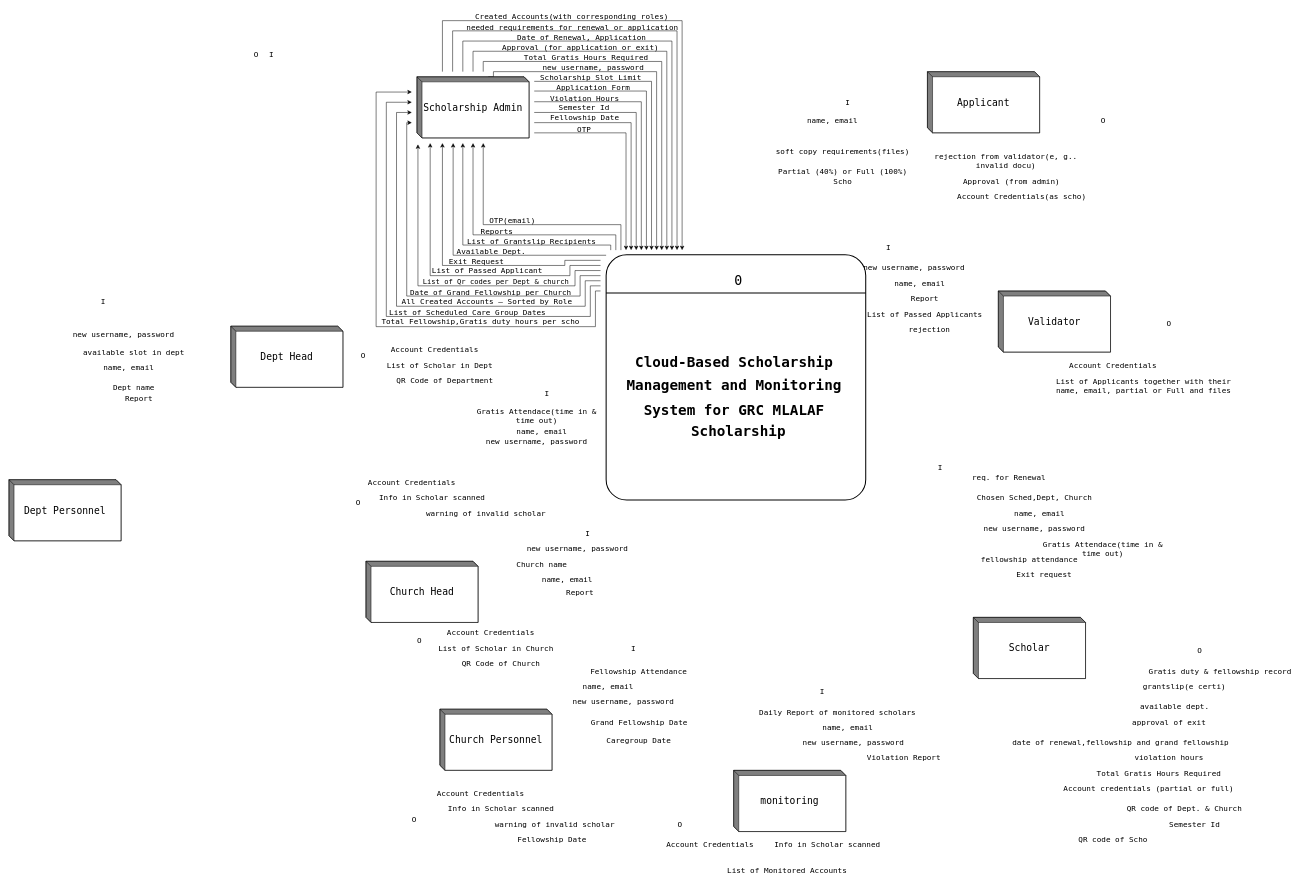
Before: CD P.drawio in Bagay-0037/visuals, a draw.io diagram. Source tidied: cells renumbered, new cells numbered last; positions are measured from the earlier drawing's top-left corner, leaving out a move shared by most shapes. Both pictures are drawn from the tidied source at 51%, with x=0, y=0 at pixel (9, 9).
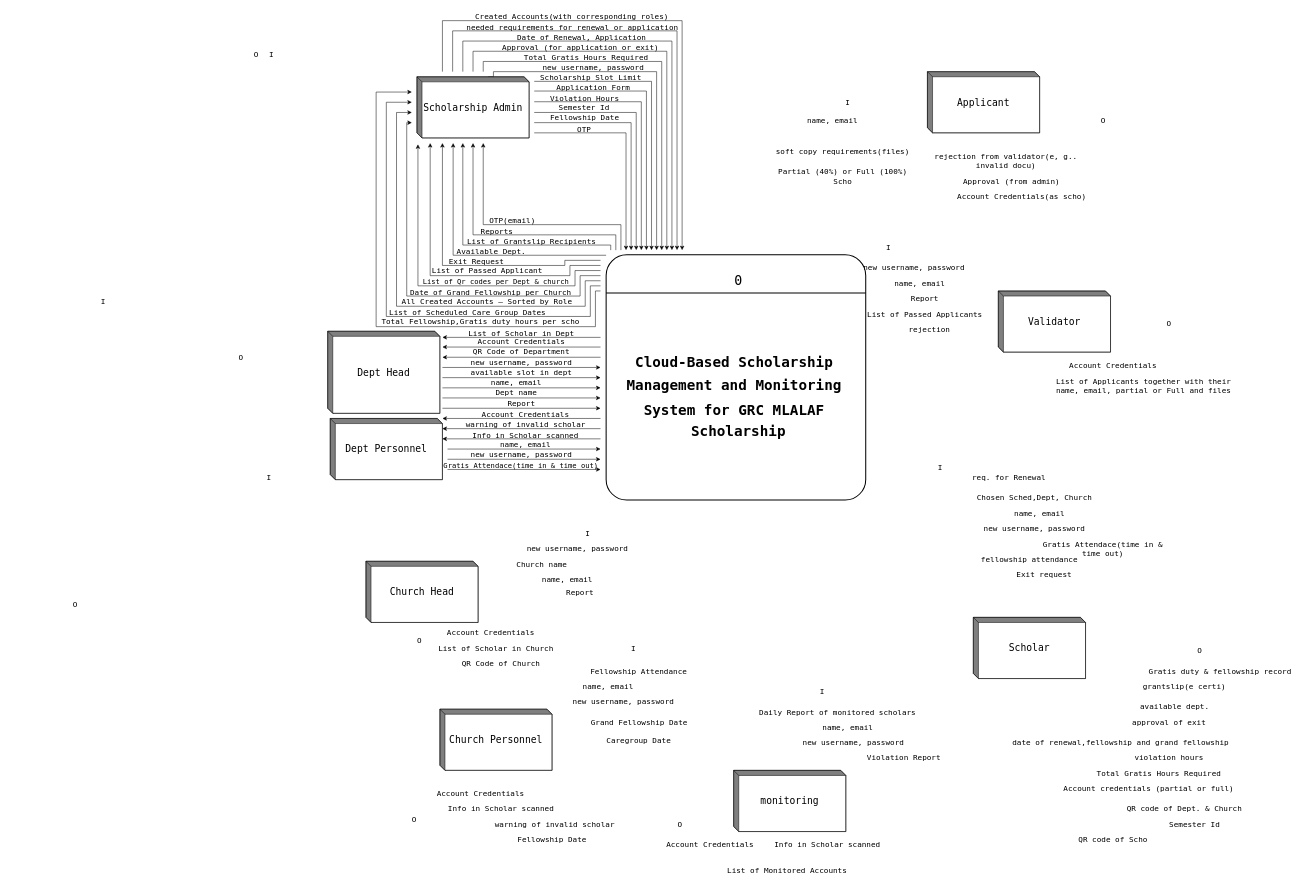
The same page after the edit.

Change to the diagram source:
```diff
@@
+    <mxCell id="147" style="edgeStyle=orthogonalEdgeStyle;rounded=0;orthogonalLoop=1;jettySize=auto;html=1;" parent="1" edge="1">
+      <mxGeometry relative="1" as="geometry">
+        <mxPoint x="1160" y="644" as="sourcePoint" />
+        <mxPoint x="850" y="644" as="targetPoint" />
+        <Array as="points">
+          <mxPoint x="1030" y="644" />
+          <mxPoint x="1030" y="644" />
+        </Array>
+      </mxGeometry>
+    </mxCell>
+    <mxCell id="148" style="edgeStyle=orthogonalEdgeStyle;rounded=0;orthogonalLoop=1;jettySize=auto;html=1;" parent="1" edge="1">
+      <mxGeometry relative="1" as="geometry">
+        <mxPoint x="1160" y="803" as="sourcePoint" />
+        <mxPoint x="850" y="803" as="targetPoint" />
+      </mxGeometry>
+    </mxCell>
@@
     <mxCell id="28" value="&lt;font style=&quot;font-size: 19px;&quot;&gt;Dept Personnel&lt;/font&gt;" style="html=1;dashed=0;whiteSpace=wrap;shape=mxgraph.dfd.externalEntity;fontFamily=Lucida Console;fontSize=15;" parent="1" vertex="1">
-      <mxGeometry y="923" width="220" height="120" as="geometry" />
+      <mxGeometry x="630" y="803" width="220" height="120" as="geometry" />
     </mxCell>
@@
     <mxCell id="30" value="&lt;font style=&quot;font-size: 19px;&quot;&gt;Dept Head&lt;/font&gt;" style="html=1;dashed=0;whiteSpace=wrap;shape=mxgraph.dfd.externalEntity;fontFamily=Lucida Console;fontSize=15;" parent="1" vertex="1">
-      <mxGeometry x="435" y="622" width="220" height="120" as="geometry" />
+      <mxGeometry x="625" y="632" width="220" height="161" as="geometry" />
     </mxCell>
@@
     <mxCell id="33" value="available slot in dept" style="text;html=1;align=center;verticalAlign=middle;whiteSpace=wrap;rounded=0;fontFamily=Lucida Console;fontSize=15;" parent="1" vertex="1">
-      <mxGeometry x="100" y="658" width="290" height="30" as="geometry" />
+      <mxGeometry x="860" y="697.5" width="290" height="30" as="geometry" />
     </mxCell>
     <mxCell id="34" value="Account Credentials" style="text;html=1;align=center;verticalAlign=middle;whiteSpace=wrap;rounded=0;fontFamily=Lucida Console;fontSize=15;" parent="1" vertex="1">
-      <mxGeometry x="690" y="653" width="290" height="30" as="geometry" />
+      <mxGeometry x="860" y="637" width="290" height="30" as="geometry" />
     </mxCell>
     <mxCell id="35" value="name, email" style="text;html=1;align=center;verticalAlign=middle;whiteSpace=wrap;rounded=0;fontFamily=Lucida Console;fontSize=15;" parent="1" vertex="1">
-      <mxGeometry x="90" y="688" width="290" height="30" as="geometry" />
+      <mxGeometry x="850" y="717" width="290" height="30" as="geometry" />
     </mxCell>
     <mxCell id="36" value="new username, password" style="text;html=1;align=center;verticalAlign=middle;whiteSpace=wrap;rounded=0;fontFamily=Lucida Console;fontSize=15;" parent="1" vertex="1">
-      <mxGeometry x="80" y="622" width="290" height="30" as="geometry" />
+      <mxGeometry x="860" y="678" width="290" height="30" as="geometry" />
     </mxCell>
     <mxCell id="37" value="Dept name" style="text;html=1;align=center;verticalAlign=middle;whiteSpace=wrap;rounded=0;fontFamily=Lucida Console;fontSize=15;" parent="1" vertex="1">
-      <mxGeometry x="100" y="727" width="290" height="30" as="geometry" />
+      <mxGeometry x="850" y="736" width="290" height="30" as="geometry" />
     </mxCell>
     <mxCell id="38" value="List of Scholar in Dept" style="text;html=1;align=center;verticalAlign=middle;whiteSpace=wrap;rounded=0;fontFamily=Lucida Console;fontSize=15;" parent="1" vertex="1">
-      <mxGeometry x="700" y="683" width="290" height="30" as="geometry" />
+      <mxGeometry x="860" y="620" width="290" height="30" as="geometry" />
     </mxCell>
@@
     <mxCell id="41" value="QR Code of Department" style="text;html=1;align=center;verticalAlign=middle;whiteSpace=wrap;rounded=0;fontFamily=Lucida Console;fontSize=15;" parent="1" vertex="1">
-      <mxGeometry x="710" y="713" width="290" height="30" as="geometry" />
+      <mxGeometry x="860" y="656" width="290" height="30" as="geometry" />
     </mxCell>
-    <mxCell id="42" value="Gratis Attendace(time in &amp;amp; time out)" style="text;html=1;align=center;verticalAlign=middle;whiteSpace=wrap;rounded=0;fontFamily=Lucida Console;fontSize=15;" parent="1" vertex="1">
-      <mxGeometry x="910" y="783" width="250" height="30" as="geometry" />
+    <mxCell id="42" value="Gratis Attendace(time in &amp;amp; time out)" style="text;html=1;align=center;verticalAlign=middle;whiteSpace=wrap;rounded=0;fontFamily=Lucida Console;fontSize=14;" parent="1" vertex="1">
+      <mxGeometry x="840" y="881" width="327.5" height="30" as="geometry" />
     </mxCell>
@@
     <mxCell id="44" value="name, email" style="text;html=1;align=center;verticalAlign=middle;whiteSpace=wrap;rounded=0;fontFamily=Lucida Console;fontSize=15;" parent="1" vertex="1">
-      <mxGeometry x="900" y="813" width="290" height="30" as="geometry" />
+      <mxGeometry x="868" y="839" width="290" height="30" as="geometry" />
     </mxCell>
     <mxCell id="45" value="new username, password" style="text;html=1;align=center;verticalAlign=middle;whiteSpace=wrap;rounded=0;fontFamily=Lucida Console;fontSize=15;" parent="1" vertex="1">
-      <mxGeometry x="890" y="833" width="290" height="30" as="geometry" />
+      <mxGeometry x="860" y="859" width="290" height="30" as="geometry" />
     </mxCell>
@@
     <mxCell id="55" value="Account Credentials" style="text;html=1;align=center;verticalAlign=middle;whiteSpace=wrap;rounded=0;fontFamily=Lucida Console;fontSize=15;" parent="1" vertex="1">
-      <mxGeometry x="645" y="913" width="290" height="30" as="geometry" />
+      <mxGeometry x="868" y="780" width="290" height="30" as="geometry" />
     </mxCell>
     <mxCell id="56" value="Info in Scholar scanned" style="text;html=1;align=center;verticalAlign=middle;whiteSpace=wrap;rounded=0;fontFamily=Lucida Console;fontSize=15;" parent="1" vertex="1">
-      <mxGeometry x="685" y="943" width="290" height="30" as="geometry" />
+      <mxGeometry x="868" y="820" width="290" height="30" as="geometry" />
     </mxCell>
     <mxCell id="57" value="warning of invalid scholar&amp;nbsp;" style="text;html=1;align=center;verticalAlign=middle;whiteSpace=wrap;rounded=0;fontFamily=Lucida Console;fontSize=15;" parent="1" vertex="1">
-      <mxGeometry x="815" y="973" width="250" height="30" as="geometry" />
+      <mxGeometry x="893" y="800" width="250" height="30" as="geometry" />
     </mxCell>
@@
     <mxCell id="64" value="Report" style="text;html=1;align=center;verticalAlign=middle;whiteSpace=wrap;rounded=0;fontFamily=Lucida Console;fontSize=15;" parent="1" vertex="1">
-      <mxGeometry x="110" y="748" width="290" height="30" as="geometry" />
+      <mxGeometry x="860" y="758" width="290" height="30" as="geometry" />
     </mxCell>
@@
     <mxCell id="110" value="O" style="text;html=1;align=center;verticalAlign=middle;whiteSpace=wrap;rounded=0;fontFamily=Lucida Console;fontSize=15;" parent="1" vertex="1">
-      <mxGeometry x="670" y="663" width="50" height="30" as="geometry" />
+      <mxGeometry x="430" y="667" width="50" height="30" as="geometry" />
     </mxCell>
     <mxCell id="111" value="O" style="text;html=1;align=center;verticalAlign=middle;whiteSpace=wrap;rounded=0;fontFamily=Lucida Console;fontSize=15;" parent="1" vertex="1">
-      <mxGeometry x="660" y="953" width="50" height="30" as="geometry" />
+      <mxGeometry x="105" y="1153" width="50" height="30" as="geometry" />
     </mxCell>
@@
     <mxCell id="113" value="I" style="text;html=1;align=center;verticalAlign=middle;whiteSpace=wrap;rounded=0;fontFamily=Lucida Console;fontSize=15;" parent="1" vertex="1">
-      <mxGeometry x="1030" y="738" width="50" height="30" as="geometry" />
+      <mxGeometry x="485" y="903" width="50" height="30" as="geometry" />
     </mxCell>
@@
+    <mxCell id="149" style="edgeStyle=orthogonalEdgeStyle;rounded=0;orthogonalLoop=1;jettySize=auto;html=1;" parent="1" edge="1">
+      <mxGeometry relative="1" as="geometry">
+        <mxPoint x="1160" y="663" as="sourcePoint" />
+        <mxPoint x="850" y="663" as="targetPoint" />
+        <Array as="points">
+          <mxPoint x="1160" y="663" />
+        </Array>
+      </mxGeometry>
+    </mxCell>
+    <mxCell id="150" style="edgeStyle=orthogonalEdgeStyle;rounded=0;orthogonalLoop=1;jettySize=auto;html=1;" parent="1" edge="1">
+      <mxGeometry relative="1" as="geometry">
+        <mxPoint x="1160" y="683" as="sourcePoint" />
+        <mxPoint x="850" y="683" as="targetPoint" />
+        <Array as="points">
+          <mxPoint x="1160" y="683" />
+        </Array>
+      </mxGeometry>
+    </mxCell>
+    <mxCell id="151" style="edgeStyle=orthogonalEdgeStyle;rounded=0;orthogonalLoop=1;jettySize=auto;html=1;" parent="1" edge="1">
+      <mxGeometry relative="1" as="geometry">
+        <mxPoint x="850" y="703" as="sourcePoint" />
+        <mxPoint x="1160" y="703" as="targetPoint" />
+        <Array as="points">
+          <mxPoint x="1010" y="703" />
+          <mxPoint x="1010" y="703" />
+        </Array>
+      </mxGeometry>
+    </mxCell>
+    <mxCell id="152" style="edgeStyle=orthogonalEdgeStyle;rounded=0;orthogonalLoop=1;jettySize=auto;html=1;" parent="1" edge="1">
+      <mxGeometry relative="1" as="geometry">
+        <mxPoint x="850" y="723" as="sourcePoint" />
+        <mxPoint x="1160" y="723" as="targetPoint" />
+        <Array as="points">
+          <mxPoint x="1010" y="722.3" />
+          <mxPoint x="1010" y="722.3" />
+        </Array>
+      </mxGeometry>
+    </mxCell>
+    <mxCell id="153" style="edgeStyle=orthogonalEdgeStyle;rounded=0;orthogonalLoop=1;jettySize=auto;html=1;" parent="1" edge="1">
+      <mxGeometry relative="1" as="geometry">
+        <mxPoint x="850" y="743" as="sourcePoint" />
+        <mxPoint x="1160" y="743" as="targetPoint" />
+        <Array as="points">
+          <mxPoint x="930" y="743" />
+          <mxPoint x="930" y="743" />
+        </Array>
+      </mxGeometry>
+    </mxCell>
+    <mxCell id="154" style="edgeStyle=orthogonalEdgeStyle;rounded=0;orthogonalLoop=1;jettySize=auto;html=1;" parent="1" edge="1">
+      <mxGeometry relative="1" as="geometry">
+        <mxPoint x="850" y="762.8" as="sourcePoint" />
+        <mxPoint x="1160" y="762.8" as="targetPoint" />
+        <Array as="points">
+          <mxPoint x="1010" y="762.8" />
+          <mxPoint x="1010" y="762.8" />
+        </Array>
+      </mxGeometry>
+    </mxCell>
+    <mxCell id="155" style="edgeStyle=orthogonalEdgeStyle;rounded=0;orthogonalLoop=1;jettySize=auto;html=1;" parent="1" edge="1">
+      <mxGeometry relative="1" as="geometry">
+        <mxPoint x="850" y="783" as="sourcePoint" />
+        <mxPoint x="1160" y="783" as="targetPoint" />
+        <Array as="points">
+          <mxPoint x="1010" y="783" />
+          <mxPoint x="1010" y="783" />
+        </Array>
+      </mxGeometry>
+    </mxCell>
+    <mxCell id="156" style="edgeStyle=orthogonalEdgeStyle;rounded=0;orthogonalLoop=1;jettySize=auto;html=1;" parent="1" edge="1">
+      <mxGeometry relative="1" as="geometry">
+        <mxPoint x="1160" y="823" as="sourcePoint" />
+        <mxPoint x="850" y="823" as="targetPoint" />
+      </mxGeometry>
+    </mxCell>
+    <mxCell id="157" style="edgeStyle=orthogonalEdgeStyle;rounded=0;orthogonalLoop=1;jettySize=auto;html=1;" parent="1" edge="1">
+      <mxGeometry relative="1" as="geometry">
+        <mxPoint x="1160" y="843" as="sourcePoint" />
+        <mxPoint x="850" y="843" as="targetPoint" />
+      </mxGeometry>
+    </mxCell>
+    <mxCell id="158" style="edgeStyle=orthogonalEdgeStyle;rounded=0;orthogonalLoop=1;jettySize=auto;html=1;" parent="1" edge="1">
+      <mxGeometry relative="1" as="geometry">
+        <mxPoint x="860" y="863" as="sourcePoint" />
+        <mxPoint x="1160" y="863" as="targetPoint" />
+      </mxGeometry>
+    </mxCell>
+    <mxCell id="159" style="edgeStyle=orthogonalEdgeStyle;rounded=0;orthogonalLoop=1;jettySize=auto;html=1;" parent="1" edge="1">
+      <mxGeometry relative="1" as="geometry">
+        <mxPoint x="860" y="883" as="sourcePoint" />
+        <mxPoint x="1160" y="883" as="targetPoint" />
+      </mxGeometry>
+    </mxCell>
+    <mxCell id="160" style="edgeStyle=orthogonalEdgeStyle;rounded=0;orthogonalLoop=1;jettySize=auto;html=1;" parent="1" edge="1">
+      <mxGeometry relative="1" as="geometry">
+        <mxPoint x="860" y="903" as="sourcePoint" />
+        <mxPoint x="1160" y="903" as="targetPoint" />
+      </mxGeometry>
+    </mxCell>
```
